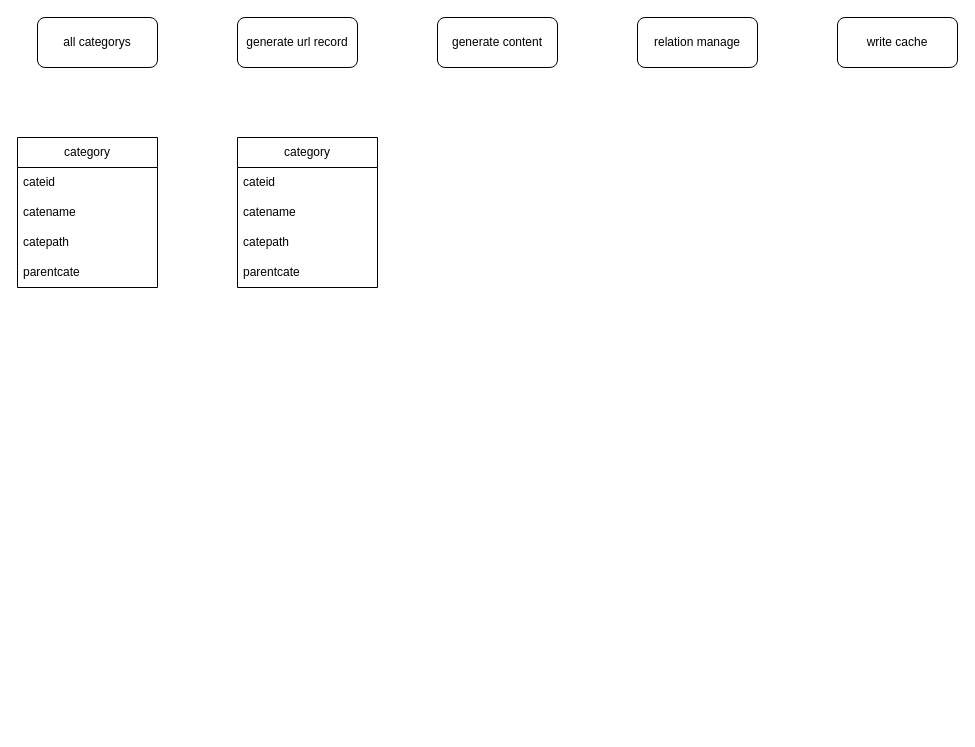
Before: drawio/cpv.drawio in VisableHarry/seo-drawio, a draw.io diagram. Source tidied: cells renumbered, new cells numbered last; positions are measured from the earlier drawing's top-left corner, leaving out a move shared by most shapes. Both pictures are drawn from the tidied source at 100%, with x=0, y=0 at pixel (17, 17).
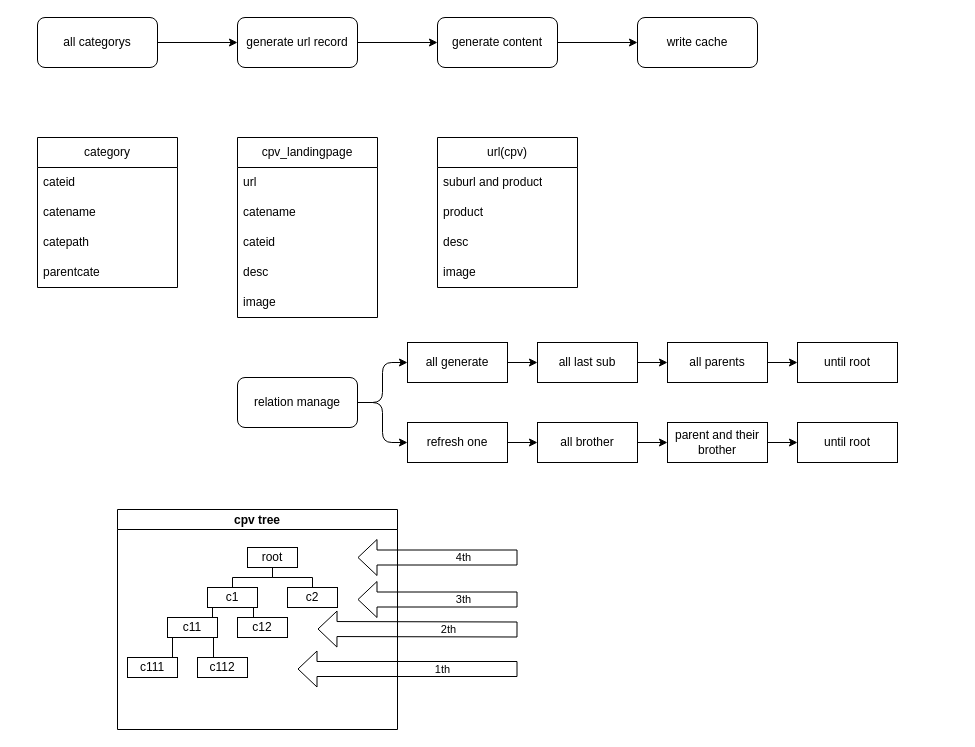
The same diagram, later.

The change refers to these unchanged cells:
```xml
<mxCell id="2" value="all categorys" style="rounded=1;whiteSpace=wrap;html=1;" parent="1" vertex="1">
  <mxGeometry x="20" width="120" height="50" as="geometry" />
</mxCell>
<mxCell id="3" value="generate url record" style="rounded=1;whiteSpace=wrap;html=1;" parent="1" vertex="1">
  <mxGeometry x="220" width="120" height="50" as="geometry" />
</mxCell>
<mxCell id="5" value="generate content" style="rounded=1;whiteSpace=wrap;html=1;" parent="1" vertex="1">
  <mxGeometry x="420" width="120" height="50" as="geometry" />
</mxCell>
```

The edit, as a diff of the source:
```diff
@@
+    <mxCell id="17" style="edgeStyle=orthogonalEdgeStyle;rounded=0;jettySize=auto;html=1;exitX=1;exitY=0.5;exitDx=0;exitDy=0;entryX=0;entryY=0.5;entryDx=0;entryDy=0;" parent="1" edge="1" source="2" target="3">
+      <mxGeometry relative="1" as="geometry" />
+    </mxCell>
@@
+    <mxCell id="18" style="edgeStyle=orthogonalEdgeStyle;rounded=0;jettySize=auto;html=1;exitX=1;exitY=0.5;exitDx=0;exitDy=0;entryX=0;entryY=0.5;entryDx=0;entryDy=0;" parent="1" edge="1" source="3" target="5">
+      <mxGeometry relative="1" as="geometry" />
+    </mxCell>
@@
     <mxCell id="4" value="write cache" style="rounded=1;whiteSpace=wrap;html=1;" parent="1" vertex="1">
-      <mxGeometry x="820" width="120" height="50" as="geometry" />
+      <mxGeometry x="620" width="120" height="50" as="geometry" />
     </mxCell>
+    <mxCell id="19" style="edgeStyle=orthogonalEdgeStyle;rounded=0;jettySize=auto;html=1;exitX=1;exitY=0.5;exitDx=0;exitDy=0;entryX=0;entryY=0.5;entryDx=0;entryDy=0;" parent="1" edge="1" source="5" target="4">
+      <mxGeometry relative="1" as="geometry" />
+    </mxCell>
@@
     <mxCell id="6" value="relation manage" style="rounded=1;whiteSpace=wrap;html=1;" parent="1" vertex="1">
-      <mxGeometry x="620" width="120" height="50" as="geometry" />
+      <mxGeometry x="220" y="360" width="120" height="50" as="geometry" />
     </mxCell>
     <mxCell id="7" value="category" style="swimlane;fontStyle=0;horizontal=1;startSize=30;whiteSpace=wrap;html=1;" parent="1" vertex="1">
-      <mxGeometry y="120" width="140" height="150" as="geometry" />
+      <mxGeometry x="20" y="120" width="140" height="150" as="geometry" />
     </mxCell>
@@
-    <mxCell id="12" value="category" style="swimlane;fontStyle=0;horizontal=1;startSize=30;whiteSpace=wrap;html=1;" parent="1" vertex="1">
-      <mxGeometry x="220" y="120" width="140" height="150" as="geometry" />
+    <mxCell id="12" value="cpv_landingpage" style="swimlane;fontStyle=0;horizontal=1;startSize=30;whiteSpace=wrap;html=1;" parent="1" vertex="1">
+      <mxGeometry x="220" y="120" width="140" height="180" as="geometry" />
     </mxCell>
-    <mxCell id="13" value="cateid" style="text;strokeColor=none;fillColor=none;align=left;verticalAlign=middle;spacingLeft=4;spacingRight=4;overflow=hidden;whiteSpace=wrap;html=1;" parent="12" vertex="1">
+    <mxCell id="13" value="url" style="text;strokeColor=none;fillColor=none;align=left;verticalAlign=middle;spacingLeft=4;spacingRight=4;overflow=hidden;whiteSpace=wrap;html=1;" parent="12" vertex="1">
       <mxGeometry y="30" width="140" height="30" as="geometry" />
     </mxCell>
@@
-    <mxCell id="15" value="catepath" style="text;strokeColor=none;fillColor=none;align=left;verticalAlign=middle;spacingLeft=4;spacingRight=4;overflow=hidden;whiteSpace=wrap;html=1;" parent="12" vertex="1">
+    <mxCell id="15" value="cateid" style="text;strokeColor=none;fillColor=none;align=left;verticalAlign=middle;spacingLeft=4;spacingRight=4;overflow=hidden;whiteSpace=wrap;html=1;" parent="12" vertex="1">
       <mxGeometry y="90" width="140" height="30" as="geometry" />
     </mxCell>
-    <mxCell id="16" value="parentcate" style="text;strokeColor=none;fillColor=none;align=left;verticalAlign=middle;spacingLeft=4;spacingRight=4;overflow=hidden;whiteSpace=wrap;html=1;" parent="12" vertex="1">
+    <mxCell id="16" value="desc" style="text;strokeColor=none;fillColor=none;align=left;verticalAlign=middle;spacingLeft=4;spacingRight=4;overflow=hidden;whiteSpace=wrap;html=1;" parent="12" vertex="1">
       <mxGeometry y="120" width="140" height="30" as="geometry" />
     </mxCell>
+    <mxCell id="20" value="image" style="text;strokeColor=none;fillColor=none;align=left;verticalAlign=middle;spacingLeft=4;spacingRight=4;overflow=hidden;whiteSpace=wrap;html=1;" parent="12" vertex="1">
+      <mxGeometry y="150" width="140" height="30" as="geometry" />
+    </mxCell>
+    <mxCell id="21" value="url(cpv)" style="swimlane;fontStyle=0;horizontal=1;startSize=30;whiteSpace=wrap;html=1;" parent="1" vertex="1">
+      <mxGeometry x="420" y="120" width="140" height="150" as="geometry" />
+    </mxCell>
+    <mxCell id="22" value="suburl and product" style="text;strokeColor=none;fillColor=none;align=left;verticalAlign=middle;spacingLeft=4;spacingRight=4;overflow=hidden;whiteSpace=wrap;html=1;" parent="21" vertex="1">
+      <mxGeometry y="30" width="140" height="30" as="geometry" />
+    </mxCell>
+    <mxCell id="23" value="product" style="text;strokeColor=none;fillColor=none;align=left;verticalAlign=middle;spacingLeft=4;spacingRight=4;overflow=hidden;whiteSpace=wrap;html=1;" parent="21" vertex="1">
+      <mxGeometry y="60" width="140" height="30" as="geometry" />
+    </mxCell>
+    <mxCell id="24" value="desc" style="text;strokeColor=none;fillColor=none;align=left;verticalAlign=middle;spacingLeft=4;spacingRight=4;overflow=hidden;whiteSpace=wrap;html=1;" parent="21" vertex="1">
+      <mxGeometry y="90" width="140" height="30" as="geometry" />
+    </mxCell>
+    <mxCell id="25" value="image" style="text;strokeColor=none;fillColor=none;align=left;verticalAlign=middle;spacingLeft=4;spacingRight=4;overflow=hidden;whiteSpace=wrap;html=1;" parent="21" vertex="1">
+      <mxGeometry y="120" width="140" height="30" as="geometry" />
+    </mxCell>
+    <mxCell id="26" style="edgeStyle=orthogonalEdgeStyle;rounded=0;jettySize=auto;html=1;exitX=1;exitY=0.5;exitDx=0;exitDy=0;entryX=0;entryY=0.5;entryDx=0;entryDy=0;" parent="1" edge="1" source="27" target="33">
+      <mxGeometry relative="1" as="geometry" />
+    </mxCell>
+    <mxCell id="27" value="all generate" style="whiteSpace=wrap;html=1;" parent="1" vertex="1">
+      <mxGeometry x="390" y="325" width="100" height="40" as="geometry" />
+    </mxCell>
+    <mxCell id="28" style="edgeStyle=elbowEdgeStyle;elbow=horizontal;html=1;rounded=1;curved=0;sourcePerimeterSpacing=0;targetPerimeterSpacing=0;startSize=6;endSize=6;" parent="1" edge="1" target="27">
+      <mxGeometry relative="1" as="geometry">
+        <mxPoint x="340" y="385" as="sourcePoint" />
+      </mxGeometry>
+    </mxCell>
+    <mxCell id="29" style="edgeStyle=orthogonalEdgeStyle;rounded=0;jettySize=auto;html=1;exitX=1;exitY=0.5;exitDx=0;exitDy=0;entryX=0;entryY=0.5;entryDx=0;entryDy=0;" parent="1" edge="1" source="30" target="38">
+      <mxGeometry relative="1" as="geometry" />
+    </mxCell>
+    <mxCell id="30" value="refresh one" style="whiteSpace=wrap;html=1;" parent="1" vertex="1">
+      <mxGeometry x="390" y="405" width="100" height="40" as="geometry" />
+    </mxCell>
+    <mxCell id="31" style="edgeStyle=elbowEdgeStyle;elbow=horizontal;html=1;rounded=1;curved=0;sourcePerimeterSpacing=0;targetPerimeterSpacing=0;startSize=6;endSize=6;" parent="1" edge="1" target="30">
+      <mxGeometry relative="1" as="geometry">
+        <mxPoint x="340" y="385" as="sourcePoint" />
+      </mxGeometry>
+    </mxCell>
+    <mxCell id="32" style="edgeStyle=orthogonalEdgeStyle;rounded=0;jettySize=auto;html=1;exitX=1;exitY=0.5;exitDx=0;exitDy=0;entryX=0;entryY=0.5;entryDx=0;entryDy=0;" parent="1" edge="1" source="33" target="35">
+      <mxGeometry relative="1" as="geometry" />
+    </mxCell>
+    <mxCell id="33" value="all last sub" style="whiteSpace=wrap;html=1;" parent="1" vertex="1">
+      <mxGeometry x="520" y="325" width="100" height="40" as="geometry" />
+    </mxCell>
+    <mxCell id="34" style="edgeStyle=orthogonalEdgeStyle;rounded=0;jettySize=auto;html=1;exitX=1;exitY=0.5;exitDx=0;exitDy=0;entryX=0;entryY=0.5;entryDx=0;entryDy=0;" parent="1" edge="1" source="35" target="36">
+      <mxGeometry relative="1" as="geometry" />
+    </mxCell>
+    <mxCell id="35" value="all parents" style="whiteSpace=wrap;html=1;" parent="1" vertex="1">
+      <mxGeometry x="650" y="325" width="100" height="40" as="geometry" />
+    </mxCell>
+    <mxCell id="36" value="until root" style="whiteSpace=wrap;html=1;" parent="1" vertex="1">
+      <mxGeometry x="780" y="325" width="100" height="40" as="geometry" />
+    </mxCell>
+    <mxCell id="37" style="edgeStyle=orthogonalEdgeStyle;rounded=0;jettySize=auto;html=1;exitX=1;exitY=0.5;exitDx=0;exitDy=0;entryX=0;entryY=0.5;entryDx=0;entryDy=0;" parent="1" edge="1" source="38" target="40">
+      <mxGeometry relative="1" as="geometry" />
+    </mxCell>
+    <mxCell id="38" value="all brother" style="whiteSpace=wrap;html=1;" parent="1" vertex="1">
+      <mxGeometry x="520" y="405" width="100" height="40" as="geometry" />
+    </mxCell>
+    <mxCell id="39" style="edgeStyle=orthogonalEdgeStyle;rounded=0;jettySize=auto;html=1;exitX=1;exitY=0.5;exitDx=0;exitDy=0;entryX=0;entryY=0.5;entryDx=0;entryDy=0;" parent="1" edge="1" source="40" target="41">
+      <mxGeometry relative="1" as="geometry" />
+    </mxCell>
+    <mxCell id="40" value="parent and their brother" style="whiteSpace=wrap;html=1;" parent="1" vertex="1">
+      <mxGeometry x="650" y="405" width="100" height="40" as="geometry" />
+    </mxCell>
+    <mxCell id="41" value="until root" style="whiteSpace=wrap;html=1;" parent="1" vertex="1">
+      <mxGeometry x="780" y="405" width="100" height="40" as="geometry" />
+    </mxCell>
+    <mxCell id="42" value="cpv tree" style="swimlane;startSize=20;horizontal=1;containerType=tree;newEdgeStyle={&quot;edgeStyle&quot;:&quot;elbowEdgeStyle&quot;,&quot;startArrow&quot;:&quot;none&quot;,&quot;endArrow&quot;:&quot;none&quot;};" parent="1" vertex="1">
+      <mxGeometry x="100" y="492" width="280" height="220" as="geometry" />
+    </mxCell>
+    <mxCell id="43" style="shape=flexArrow;endArrow=classic;html=1;rounded=0;width=15;" parent="42" edge="1">
+      <mxGeometry relative="1" as="geometry">
+        <mxPoint x="400" y="159.5" as="sourcePoint" />
+        <mxPoint x="180" y="159.5" as="targetPoint" />
+      </mxGeometry>
+    </mxCell>
+    <mxCell id="44" value="1th" style="edgeLabel;html=1;align=center;verticalAlign=middle;" parent="43" vertex="1">
+      <mxGeometry x="-0.31" y="1" relative="1" as="geometry">
+        <mxPoint y="-1" as="offset" />
+      </mxGeometry>
+    </mxCell>
+    <mxCell id="45" style="shape=flexArrow;endArrow=classic;html=1;rounded=0;width=15;" parent="42" edge="1">
+      <mxGeometry relative="1" as="geometry">
+        <mxPoint x="400" y="120" as="sourcePoint" />
+        <mxPoint x="200" y="119.5" as="targetPoint" />
+      </mxGeometry>
+    </mxCell>
+    <mxCell id="46" value="2th" style="edgeLabel;html=1;align=center;verticalAlign=middle;" parent="45" vertex="1">
+      <mxGeometry x="-0.31" y="1" relative="1" as="geometry">
+        <mxPoint y="-1" as="offset" />
+      </mxGeometry>
+    </mxCell>
+    <mxCell id="47" style="shape=flexArrow;endArrow=classic;html=1;rounded=0;width=15;" parent="42" edge="1">
+      <mxGeometry relative="1" as="geometry">
+        <mxPoint x="400" y="90" as="sourcePoint" />
+        <mxPoint x="240" y="90" as="targetPoint" />
+      </mxGeometry>
+    </mxCell>
+    <mxCell id="48" value="3th" style="edgeLabel;html=1;align=center;verticalAlign=middle;" parent="47" vertex="1">
+      <mxGeometry x="-0.31" y="1" relative="1" as="geometry">
+        <mxPoint y="-2" as="offset" />
+      </mxGeometry>
+    </mxCell>
+    <mxCell id="49" style="shape=flexArrow;endArrow=classic;html=1;rounded=0;width=15;" parent="42" edge="1">
+      <mxGeometry relative="1" as="geometry">
+        <mxPoint x="400" y="48" as="sourcePoint" />
+        <mxPoint x="240" y="48" as="targetPoint" />
+      </mxGeometry>
+    </mxCell>
+    <mxCell id="50" value="4th" style="edgeLabel;html=1;align=center;verticalAlign=middle;" parent="49" vertex="1">
+      <mxGeometry x="-0.31" y="1" relative="1" as="geometry">
+        <mxPoint y="-2" as="offset" />
+      </mxGeometry>
+    </mxCell>
+    <mxCell id="51" style="edgeStyle=elbowEdgeStyle;elbow=vertical;sourcePerimeterSpacing=0;targetPerimeterSpacing=0;startArrow=none;endArrow=none;rounded=0;curved=0;entryX=0.5;entryY=0;entryDx=0;entryDy=0;" parent="1" edge="1" source="53" target="57">
+      <mxGeometry relative="1" as="geometry" />
+    </mxCell>
+    <mxCell id="52" style="edgeStyle=elbowEdgeStyle;elbow=vertical;sourcePerimeterSpacing=0;targetPerimeterSpacing=0;startArrow=none;endArrow=none;rounded=0;curved=0;entryX=0.5;entryY=0;entryDx=0;entryDy=0;" parent="1" edge="1" source="53" target="54">
+      <mxGeometry relative="1" as="geometry" />
+    </mxCell>
+    <mxCell id="53" value="root" style="whiteSpace=wrap;html=1;align=center;newEdgeStyle={&quot;edgeStyle&quot;:&quot;elbowEdgeStyle&quot;,&quot;startArrow&quot;:&quot;none&quot;,&quot;endArrow&quot;:&quot;none&quot;};" parent="1" vertex="1">
+      <mxGeometry x="230" y="530" width="50" height="20" as="geometry" />
+    </mxCell>
+    <mxCell id="54" value="c2" style="whiteSpace=wrap;html=1;align=center;newEdgeStyle={&quot;edgeStyle&quot;:&quot;elbowEdgeStyle&quot;,&quot;startArrow&quot;:&quot;none&quot;,&quot;endArrow&quot;:&quot;none&quot;};" parent="1" vertex="1">
+      <mxGeometry x="270" y="570" width="50" height="20" as="geometry" />
+    </mxCell>
+    <mxCell id="55" style="edgeStyle=elbowEdgeStyle;rounded=0;jettySize=auto;html=1;startArrow=none;endArrow=none;exitX=0.5;exitY=1;exitDx=0;exitDy=0;entryX=0.5;entryY=0;entryDx=0;entryDy=0;" parent="1" edge="1" source="57" target="60">
+      <mxGeometry relative="1" as="geometry" />
+    </mxCell>
+    <mxCell id="56" style="edgeStyle=elbowEdgeStyle;rounded=0;jettySize=auto;html=1;startArrow=none;endArrow=none;exitX=0.75;exitY=1;exitDx=0;exitDy=0;entryX=0.5;entryY=0;entryDx=0;entryDy=0;" parent="1" edge="1" source="57" target="61">
+      <mxGeometry relative="1" as="geometry" />
+    </mxCell>
+    <mxCell id="57" value="c1" style="whiteSpace=wrap;html=1;align=center;newEdgeStyle={&quot;edgeStyle&quot;:&quot;elbowEdgeStyle&quot;,&quot;startArrow&quot;:&quot;none&quot;,&quot;endArrow&quot;:&quot;none&quot;};" parent="1" vertex="1">
+      <mxGeometry x="190" y="570" width="50" height="20" as="geometry" />
+    </mxCell>
+    <mxCell id="58" style="edgeStyle=elbowEdgeStyle;rounded=0;jettySize=auto;html=1;startArrow=none;endArrow=none;exitX=0.5;exitY=1;exitDx=0;exitDy=0;entryX=0.5;entryY=0;entryDx=0;entryDy=0;" parent="1" edge="1" source="60" target="62">
+      <mxGeometry relative="1" as="geometry" />
+    </mxCell>
+    <mxCell id="59" style="edgeStyle=elbowEdgeStyle;rounded=0;jettySize=auto;html=1;startArrow=none;endArrow=none;exitX=0.75;exitY=1;exitDx=0;exitDy=0;entryX=0.5;entryY=0;entryDx=0;entryDy=0;" parent="1" edge="1" source="60" target="63">
+      <mxGeometry relative="1" as="geometry" />
+    </mxCell>
+    <mxCell id="60" value="c11" style="whiteSpace=wrap;html=1;align=center;newEdgeStyle={&quot;edgeStyle&quot;:&quot;elbowEdgeStyle&quot;,&quot;startArrow&quot;:&quot;none&quot;,&quot;endArrow&quot;:&quot;none&quot;};" parent="1" vertex="1">
+      <mxGeometry x="150" y="600" width="50" height="20" as="geometry" />
+    </mxCell>
+    <mxCell id="61" value="c12" style="whiteSpace=wrap;html=1;align=center;newEdgeStyle={&quot;edgeStyle&quot;:&quot;elbowEdgeStyle&quot;,&quot;startArrow&quot;:&quot;none&quot;,&quot;endArrow&quot;:&quot;none&quot;};" parent="1" vertex="1">
+      <mxGeometry x="220" y="600" width="50" height="20" as="geometry" />
+    </mxCell>
+    <mxCell id="62" value="c111" style="whiteSpace=wrap;html=1;align=center;newEdgeStyle={&quot;edgeStyle&quot;:&quot;elbowEdgeStyle&quot;,&quot;startArrow&quot;:&quot;none&quot;,&quot;endArrow&quot;:&quot;none&quot;};" parent="1" vertex="1">
+      <mxGeometry x="110" y="640" width="50" height="20" as="geometry" />
+    </mxCell>
+    <mxCell id="63" value="c112" style="whiteSpace=wrap;html=1;align=center;newEdgeStyle={&quot;edgeStyle&quot;:&quot;elbowEdgeStyle&quot;,&quot;startArrow&quot;:&quot;none&quot;,&quot;endArrow&quot;:&quot;none&quot;};" parent="1" vertex="1">
+      <mxGeometry x="180" y="640" width="50" height="20" as="geometry" />
+    </mxCell>
```
